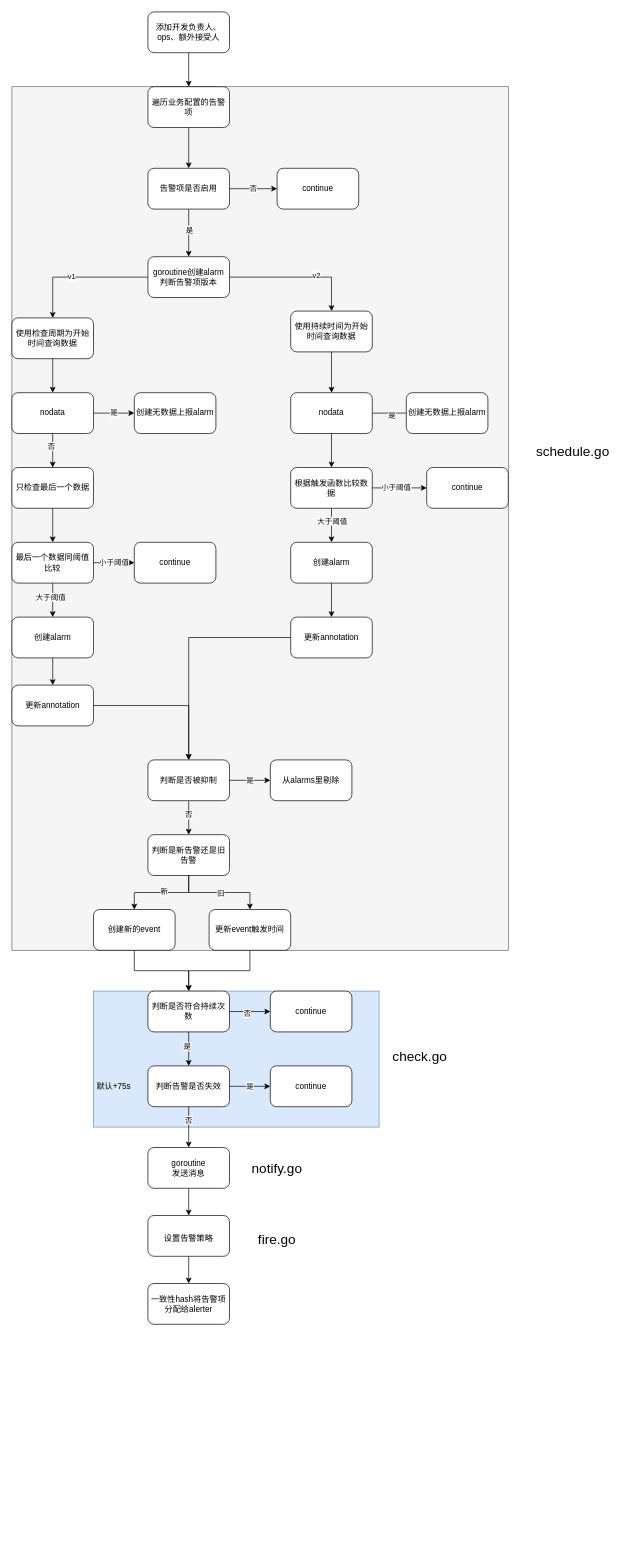
wupei-w/diagrams keeps this draw.io diagram as alarm流程.drawio. Above is the earlier version. Source tidied: cells renumbered, new cells numbered last; positions are measured from the earlier drawing's top-left corner, leaving out a move shared by most shapes. Both pictures are drawn from the tidied source at 68%, with x=0, y=0 at pixel (12, 12).
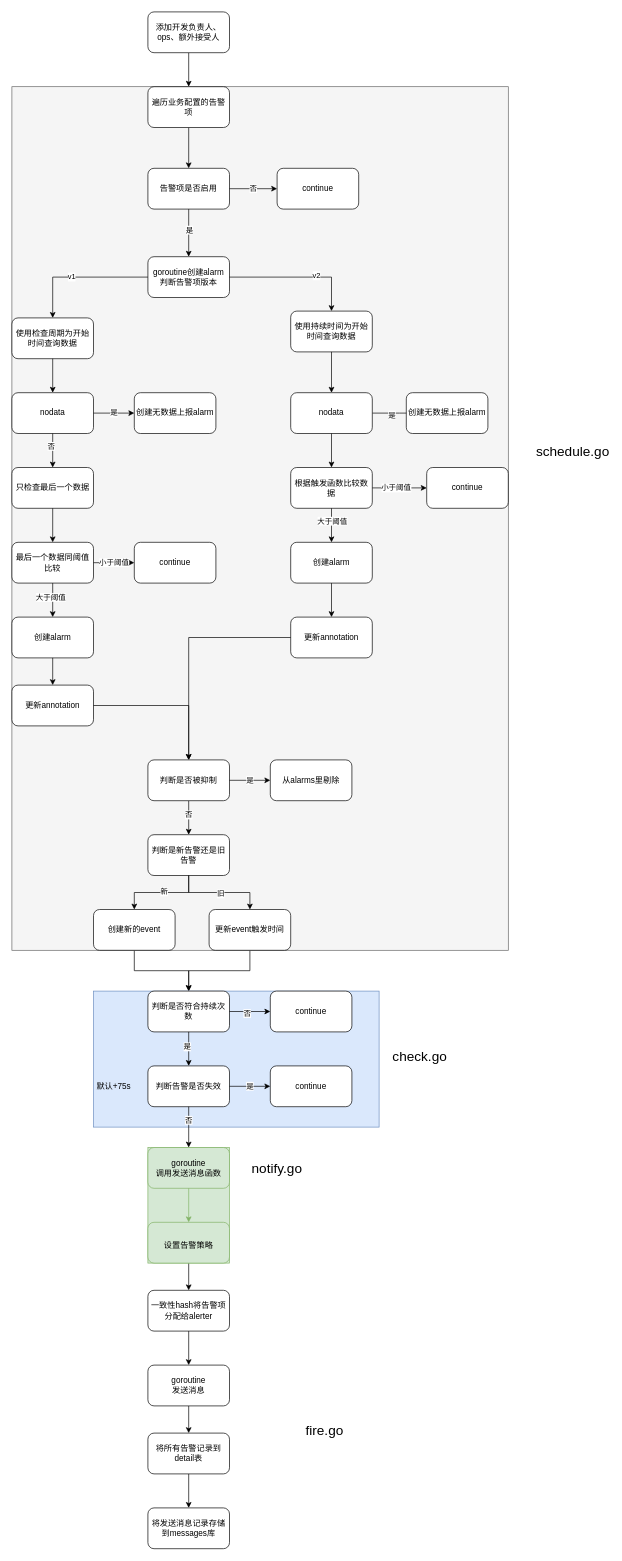
The same page after the edit.

Change to the diagram source:
```diff
@@
-    <mxCell id="4" style="edgeStyle=orthogonalEdgeStyle;rounded=0;jettySize=auto;html=1;fontSize=20;" parent="1" edge="1" source="5" target="85">
-      <mxGeometry relative="1" as="geometry" />
-    </mxCell>
-    <mxCell id="5" value="goroutine&lt;br&gt;发送消息" style="whiteSpace=wrap;html=1;rounded=1;" parent="1" vertex="1">
-      <mxGeometry x="200" y="1670" width="120" height="60" as="geometry" />
-    </mxCell>
@@
-    <mxCell id="85" value="&lt;font style=&quot;font-size: 12px;&quot;&gt;设置告警策略&lt;/font&gt;" style="whiteSpace=wrap;html=1;rounded=1;fontSize=20;" parent="1" vertex="1">
-      <mxGeometry x="200" y="1770" width="120" height="60" as="geometry" />
-    </mxCell>
@@
     <mxCell id="87" value="fire.go" style="text;html=1;strokeColor=none;fillColor=none;align=center;verticalAlign=middle;whiteSpace=wrap;rounded=0;fontSize=20;" parent="1" vertex="1">
-      <mxGeometry x="360" y="1790" width="60" height="30" as="geometry" />
+      <mxGeometry x="430" y="2070" width="60" height="30" as="geometry" />
     </mxCell>
+    <mxCell id="89" style="edgeStyle=orthogonalEdgeStyle;rounded=0;jettySize=auto;html=1;fontSize=12;" parent="1" edge="1" source="88" target="94">
+      <mxGeometry relative="1" as="geometry" />
+    </mxCell>
     <mxCell id="88" value="一致性hash将告警项分配给alerter" style="rounded=1;whiteSpace=wrap;html=1;fontSize=12;" parent="1" vertex="1">
-      <mxGeometry x="200" y="1870" width="120" height="60" as="geometry" />
+      <mxGeometry x="200" y="1880" width="120" height="60" as="geometry" />
     </mxCell>
+    <mxCell id="90" style="edgeStyle=orthogonalEdgeStyle;rounded=0;jettySize=auto;html=1;fontSize=12;" parent="1" edge="1" source="91" target="92">
+      <mxGeometry relative="1" as="geometry" />
+    </mxCell>
+    <mxCell id="91" value="将所有告警记录到detail表" style="whiteSpace=wrap;html=1;rounded=1;fontSize=12;" parent="1" vertex="1">
+      <mxGeometry x="200" y="2090" width="120" height="60" as="geometry" />
+    </mxCell>
+    <mxCell id="92" value="将发送消息记录存储到messages库" style="whiteSpace=wrap;html=1;rounded=1;" parent="1" vertex="1">
+      <mxGeometry x="200" y="2200" width="120" height="60" as="geometry" />
+    </mxCell>
+    <mxCell id="93" style="edgeStyle=orthogonalEdgeStyle;rounded=0;jettySize=auto;html=1;fontSize=12;" parent="1" edge="1" source="94" target="91">
+      <mxGeometry relative="1" as="geometry" />
+    </mxCell>
+    <mxCell id="94" value="goroutine&lt;br&gt;发送消息" style="rounded=1;whiteSpace=wrap;html=1;fontSize=12;" parent="1" vertex="1">
+      <mxGeometry x="200" y="1990" width="120" height="60" as="geometry" />
+    </mxCell>
+    <mxCell id="95" style="group;fillColor=#d5e8d4;strokeColor=#82b366;" parent="1" vertex="1">
+      <mxGeometry x="200" y="1670" width="120" height="170" as="geometry" />
+    </mxCell>
+    <mxCell id="5" value="goroutine&lt;br&gt;调用发送消息函数" style="whiteSpace=wrap;html=1;rounded=1;fillColor=#d5e8d4;strokeColor=#82b366;" parent="95" vertex="1">
+      <mxGeometry width="120" height="60" as="geometry" />
+    </mxCell>
+    <mxCell id="85" value="&lt;font style=&quot;font-size: 12px;&quot;&gt;设置告警策略&lt;/font&gt;" style="whiteSpace=wrap;html=1;rounded=1;fontSize=20;fillColor=#d5e8d4;strokeColor=#82b366;" parent="95" vertex="1">
+      <mxGeometry y="110" width="120" height="60" as="geometry" />
+    </mxCell>
+    <mxCell id="4" style="edgeStyle=orthogonalEdgeStyle;rounded=0;jettySize=auto;html=1;fontSize=20;fillColor=#d5e8d4;strokeColor=#82b366;" parent="95" edge="1" source="5" target="85">
+      <mxGeometry relative="1" as="geometry" />
+    </mxCell>
```
